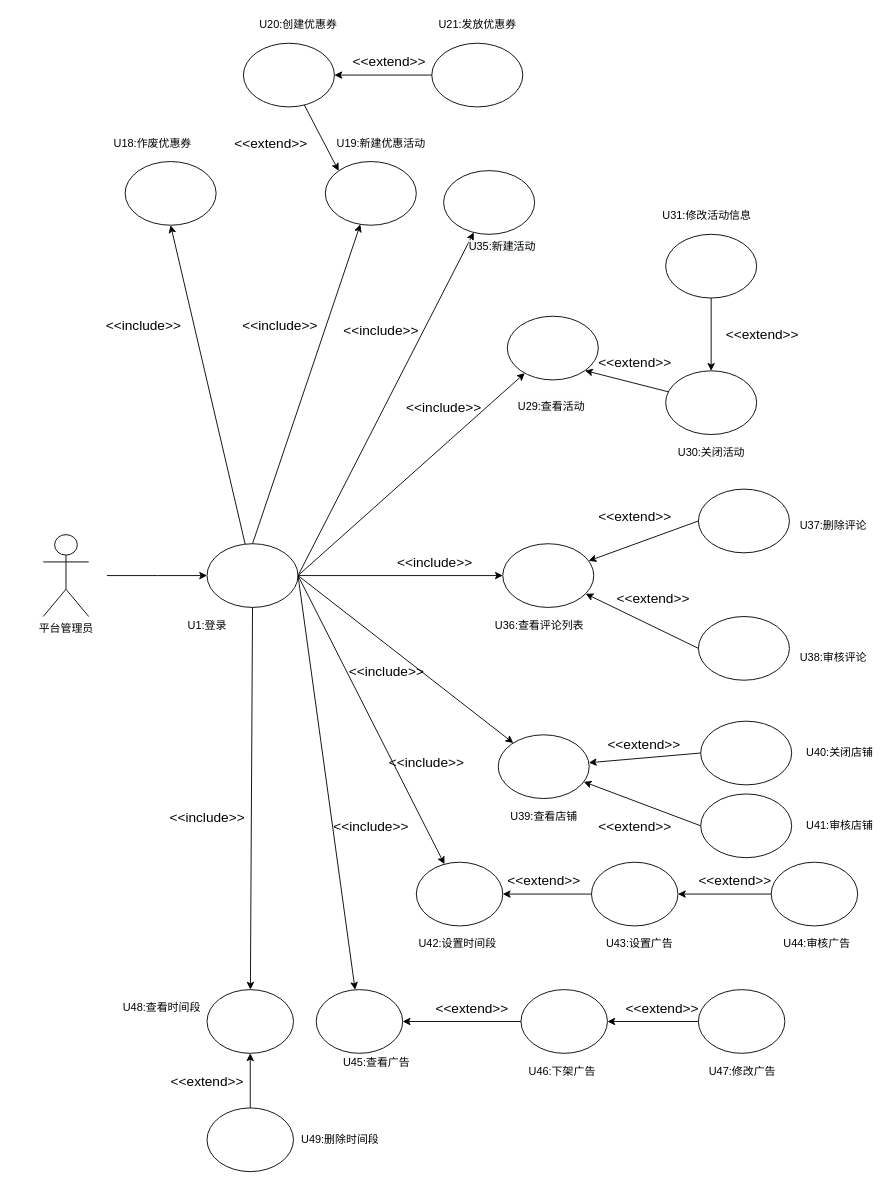
Earlier version of the draw.io diagram 软工导论小组作业/需求建模之用例模型（商品模块-平台管理员）.drawio (app1echip/grams). Source tidied: cells renumbered, new cells numbered last; positions are measured from the earlier drawing's top-left corner, leaving out a move shared by most shapes. Both pictures are drawn from the tidied source at 91%, with x=0, y=0 at pixel (43, 15).
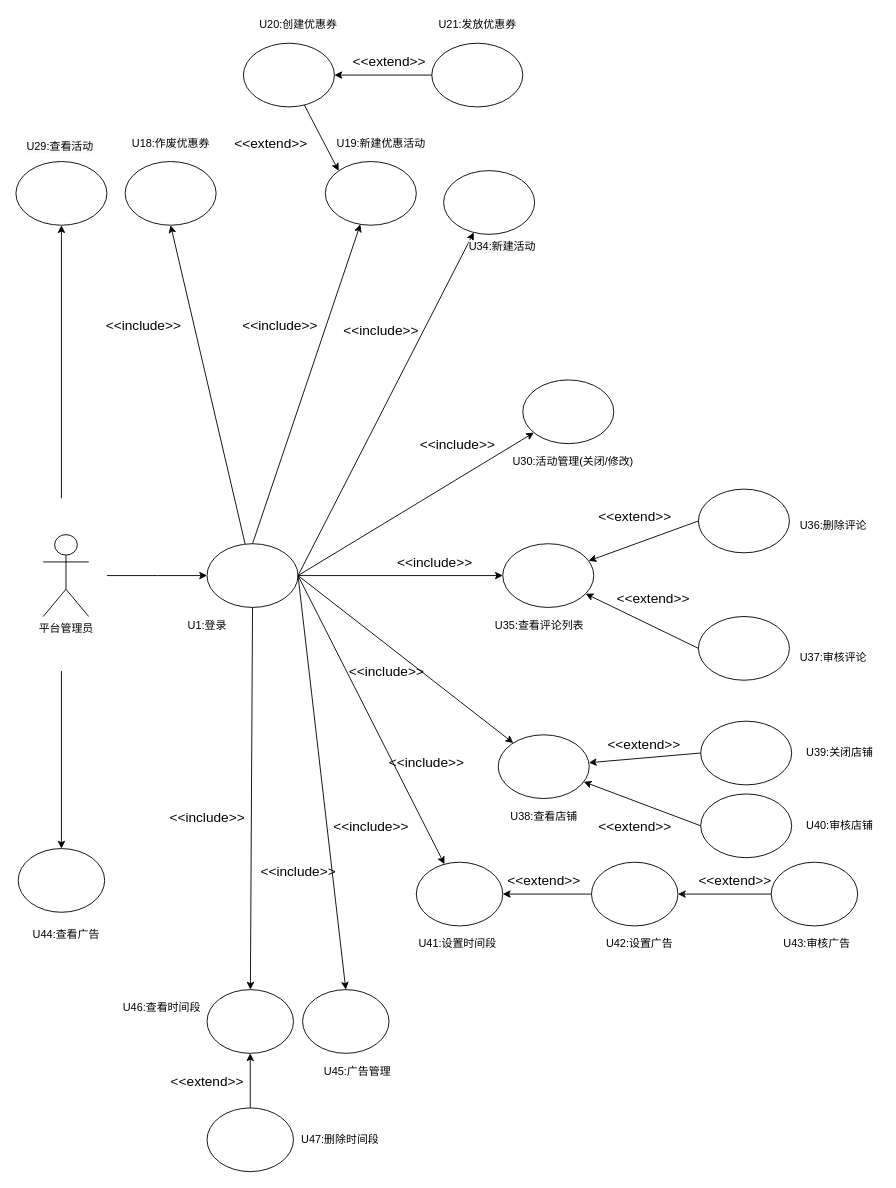
After the change.

Commit message:
Update 需求建模之用例模型（商品模块-平台管理员）.drawio

Unchanged cells that the change refers to:
```xml
<mxCell id="30" style="ellipse;whiteSpace=wrap;html=1;" parent="1" vertex="1">
  <mxGeometry x="180" y="580" width="100" height="70" as="geometry" />
</mxCell>
```

Change to the diagram source:
```diff
@@
-    <mxCell id="9" style="edgeStyle=none;rounded=0;jettySize=auto;html=1;entryX=0.5;entryY=0;entryDx=0;entryDy=0;startArrow=none;startFill=0;endArrow=classic;endFill=1;" parent="1" edge="1" source="10" target="36">
-      <mxGeometry relative="1" as="geometry" />
-    </mxCell>
-    <mxCell id="10" style="ellipse;whiteSpace=wrap;html=1;" parent="1" vertex="1">
-      <mxGeometry x="684" y="240" width="100" height="70" as="geometry" />
-    </mxCell>
@@
-    <mxCell id="18" value="&lt;font style=&quot;font-size: 15px&quot;&gt;&amp;lt;&amp;lt;extend&amp;gt;&amp;gt;&lt;/font&gt;" style="text;html=1;align=center;verticalAlign=middle;" parent="1" vertex="1">
-      <mxGeometry x="600" y="370" width="100" height="20" as="geometry" />
-    </mxCell>
@@
     <mxCell id="20" value="&lt;span&gt;U18:&lt;/span&gt;&lt;span&gt;作废优惠券&lt;/span&gt;" style="text;html=1;align=center;verticalAlign=middle;" parent="1" vertex="1">
-      <mxGeometry x="70" y="130" width="100" height="20" as="geometry" />
+      <mxGeometry x="90" y="130" width="100" height="20" as="geometry" />
     </mxCell>
@@
-    <mxCell id="23" value="&lt;span&gt;U30:&lt;/span&gt;&lt;span&gt;关闭活动&lt;/span&gt;" style="text;html=1;align=center;verticalAlign=middle;" parent="1" vertex="1">
-      <mxGeometry x="689" y="470" width="90" height="20" as="geometry" />
+    <mxCell id="23" value="&lt;span&gt;U30:&lt;/span&gt;&lt;span&gt;活动管理(关闭/修改)&lt;/span&gt;" style="text;html=1;align=center;verticalAlign=middle;" parent="1" vertex="1">
+      <mxGeometry x="507" y="480" width="150" height="20" as="geometry" />
     </mxCell>
-    <mxCell id="24" value="&lt;span&gt;U31:&lt;/span&gt;&lt;span&gt;修改活动信息&lt;/span&gt;" style="text;html=1;align=center;verticalAlign=middle;" parent="1" vertex="1">
-      <mxGeometry x="674" y="210" width="110" height="20" as="geometry" />
-    </mxCell>
-    <mxCell id="25" value="&lt;span&gt;U36:&lt;/span&gt;&lt;span&gt;查看评论列表&lt;/span&gt;" style="text;html=1;align=center;verticalAlign=middle;" parent="1" vertex="1">
+    <mxCell id="25" value="&lt;span&gt;U35:&lt;/span&gt;&lt;span&gt;查看评论列表&lt;/span&gt;" style="text;html=1;align=center;verticalAlign=middle;" parent="1" vertex="1">
       <mxGeometry x="490" y="660" width="110" height="20" as="geometry" />
     </mxCell>
-    <mxCell id="26" value="&lt;span&gt;U37:&lt;/span&gt;&lt;span&gt;删除评论&lt;/span&gt;" style="text;html=1;align=center;verticalAlign=middle;" parent="1" vertex="1">
+    <mxCell id="26" value="&lt;span&gt;U36:&lt;/span&gt;&lt;span&gt;删除评论&lt;/span&gt;" style="text;html=1;align=center;verticalAlign=middle;" parent="1" vertex="1">
       <mxGeometry x="822.5" y="550" width="90" height="20" as="geometry" />
     </mxCell>
-    <mxCell id="27" value="&lt;span&gt;U38:&lt;/span&gt;&lt;span&gt;审核评论&lt;/span&gt;" style="text;html=1;align=center;verticalAlign=middle;" parent="1" vertex="1">
+    <mxCell id="27" value="&lt;span&gt;U37:&lt;/span&gt;&lt;span&gt;审核评论&lt;/span&gt;" style="text;html=1;align=center;verticalAlign=middle;" parent="1" vertex="1">
       <mxGeometry x="822.5" y="695" width="90" height="20" as="geometry" />
     </mxCell>
@@
-    <mxCell id="34" value="&lt;span style=&quot;color: rgb(0 , 0 , 0) ; font-family: &amp;#34;helvetica&amp;#34; ; font-size: 12px ; font-style: normal ; font-weight: 400 ; letter-spacing: normal ; text-align: center ; text-indent: 0px ; text-transform: none ; word-spacing: 0px ; background-color: rgb(248 , 249 , 250)&quot;&gt;U35:&lt;/span&gt;&lt;span style=&quot;color: rgb(0 , 0 , 0) ; font-family: &amp;#34;helvetica&amp;#34; ; font-size: 12px ; font-style: normal ; font-weight: 400 ; letter-spacing: normal ; text-align: center ; text-indent: 0px ; text-transform: none ; word-spacing: 0px ; background-color: rgb(248 , 249 , 250)&quot;&gt;新建活动&lt;/span&gt;" style="text;whiteSpace=wrap;html=1;" parent="1" vertex="1">
+    <mxCell id="34" value="&lt;span style=&quot;color: rgb(0 , 0 , 0) ; font-family: &amp;#34;helvetica&amp;#34; ; font-size: 12px ; font-style: normal ; font-weight: 400 ; letter-spacing: normal ; text-align: center ; text-indent: 0px ; text-transform: none ; word-spacing: 0px ; background-color: rgb(248 , 249 , 250)&quot;&gt;U34:&lt;/span&gt;&lt;span style=&quot;color: rgb(0 , 0 , 0) ; font-family: &amp;#34;helvetica&amp;#34; ; font-size: 12px ; font-style: normal ; font-weight: 400 ; letter-spacing: normal ; text-align: center ; text-indent: 0px ; text-transform: none ; word-spacing: 0px ; background-color: rgb(248 , 249 , 250)&quot;&gt;新建活动&lt;/span&gt;" style="text;whiteSpace=wrap;html=1;" parent="1" vertex="1">
       <mxGeometry x="466" y="240" width="104" height="30" as="geometry" />
     </mxCell>
-    <mxCell id="35" style="edgeStyle=none;rounded=0;jettySize=auto;html=1;entryX=1;entryY=1;entryDx=0;entryDy=0;startArrow=none;startFill=0;endArrow=classic;endFill=1;" parent="1" edge="1" source="36" target="40">
-      <mxGeometry relative="1" as="geometry" />
-    </mxCell>
+    <mxCell id="94" style="rounded=0;jettySize=auto;html=1;entryX=1;entryY=0.5;entryDx=0;entryDy=0;startArrow=classic;startFill=1;endArrow=none;endFill=0;" parent="1" edge="1" source="36" target="30">
+      <mxGeometry relative="1" as="geometry" />
+    </mxCell>
     <mxCell id="36" style="ellipse;whiteSpace=wrap;html=1;" parent="1" vertex="1">
-      <mxGeometry x="684" y="390" width="100" height="70" as="geometry" />
+      <mxGeometry x="527" y="400" width="100" height="70" as="geometry" />
     </mxCell>
     <mxCell id="37" value="&lt;span style=&quot;color: rgb(0 , 0 , 0) ; font-family: &amp;#34;helvetica&amp;#34; ; font-size: 12px ; font-style: normal ; font-weight: 400 ; letter-spacing: normal ; text-align: center ; text-indent: 0px ; text-transform: none ; word-spacing: 0px ; background-color: rgb(248 , 249 , 250)&quot;&gt;U29:查看&lt;/span&gt;&lt;span style=&quot;color: rgb(0 , 0 , 0) ; font-family: &amp;#34;helvetica&amp;#34; ; font-size: 12px ; font-style: normal ; font-weight: 400 ; letter-spacing: normal ; text-align: center ; text-indent: 0px ; text-transform: none ; word-spacing: 0px ; background-color: rgb(248 , 249 , 250)&quot;&gt;活动&lt;/span&gt;" style="text;whiteSpace=wrap;html=1;" parent="1" vertex="1">
-      <mxGeometry x="520" y="415" width="110" height="30" as="geometry" />
+      <mxGeometry x="-20" y="130" width="110" height="30" as="geometry" />
     </mxCell>
@@
-    <mxCell id="39" style="edgeStyle=none;rounded=0;jettySize=auto;html=1;entryX=1;entryY=0.5;entryDx=0;entryDy=0;startArrow=classic;startFill=1;endArrow=none;endFill=0;" parent="1" edge="1" source="40" target="30">
-      <mxGeometry relative="1" as="geometry" />
+    <mxCell id="39" style="edgeStyle=none;rounded=0;jettySize=auto;html=1;startArrow=classic;startFill=1;endArrow=none;endFill=0;" parent="1" edge="1" source="40">
+      <mxGeometry relative="1" as="geometry">
+        <mxPoint x="20" y="530" as="targetPoint" />
+      </mxGeometry>
     </mxCell>
     <mxCell id="40" style="ellipse;whiteSpace=wrap;html=1;" parent="1" vertex="1">
-      <mxGeometry x="510" y="330" width="100" height="70" as="geometry" />
+      <mxGeometry x="-30" y="160" width="100" height="70" as="geometry" />
     </mxCell>
@@
-    <mxCell id="43" value="&lt;font style=&quot;font-size: 15px&quot;&gt;&amp;lt;&amp;lt;include&amp;gt;&amp;gt;&lt;/font&gt;" style="text;html=1;align=center;verticalAlign=middle;" parent="1" vertex="1">
-      <mxGeometry x="390" y="420" width="100" height="20" as="geometry" />
-    </mxCell>
-    <mxCell id="44" value="&lt;font style=&quot;font-size: 15px&quot;&gt;&amp;lt;&amp;lt;extend&amp;gt;&amp;gt;&lt;/font&gt;" style="text;html=1;align=center;verticalAlign=middle;" parent="1" vertex="1">
-      <mxGeometry x="740" y="340" width="100" height="20" as="geometry" />
-    </mxCell>
@@
-    <mxCell id="55" value="&lt;span&gt;U39:&lt;/span&gt;&lt;span&gt;查看店铺&lt;/span&gt;" style="text;html=1;align=center;verticalAlign=middle;" parent="1" vertex="1">
+    <mxCell id="55" value="&lt;span&gt;U38:&lt;/span&gt;&lt;span&gt;查看店铺&lt;/span&gt;" style="text;html=1;align=center;verticalAlign=middle;" parent="1" vertex="1">
       <mxGeometry x="505" y="870" width="90" height="20" as="geometry" />
     </mxCell>
@@
-    <mxCell id="58" value="&lt;span&gt;U40:&lt;/span&gt;&lt;span&gt;关闭店铺&lt;/span&gt;" style="text;html=1;align=center;verticalAlign=middle;" parent="1" vertex="1">
+    <mxCell id="58" value="&lt;span&gt;U39:&lt;/span&gt;&lt;span&gt;关闭店铺&lt;/span&gt;" style="text;html=1;align=center;verticalAlign=middle;" parent="1" vertex="1">
       <mxGeometry x="830" y="800" width="90" height="20" as="geometry" />
     </mxCell>
@@
-    <mxCell id="62" value="&lt;span&gt;U42:&lt;/span&gt;&lt;span&gt;设置时间段&lt;/span&gt;" style="text;html=1;align=center;verticalAlign=middle;" parent="1" vertex="1">
+    <mxCell id="62" value="&lt;span&gt;U41:&lt;/span&gt;&lt;span&gt;设置时间段&lt;/span&gt;" style="text;html=1;align=center;verticalAlign=middle;" parent="1" vertex="1">
       <mxGeometry x="405" y="1010" width="100" height="20" as="geometry" />
     </mxCell>
@@
-    <mxCell id="65" value="&lt;span&gt;U43:&lt;/span&gt;&lt;span&gt;设置广告&lt;/span&gt;" style="text;html=1;align=center;verticalAlign=middle;" parent="1" vertex="1">
+    <mxCell id="65" value="&lt;span&gt;U42:&lt;/span&gt;&lt;span&gt;设置广告&lt;/span&gt;" style="text;html=1;align=center;verticalAlign=middle;" parent="1" vertex="1">
       <mxGeometry x="610" y="1010" width="90" height="20" as="geometry" />
     </mxCell>
@@
-    <mxCell id="69" value="&lt;span&gt;U44:审核&lt;/span&gt;&lt;span&gt;广告&lt;/span&gt;" style="text;html=1;align=center;verticalAlign=middle;" parent="1" vertex="1">
+    <mxCell id="69" value="&lt;span&gt;U43:审核&lt;/span&gt;&lt;span&gt;广告&lt;/span&gt;" style="text;html=1;align=center;verticalAlign=middle;" parent="1" vertex="1">
       <mxGeometry x="805" y="1010" width="90" height="20" as="geometry" />
     </mxCell>
-    <mxCell id="70" style="edgeStyle=none;rounded=0;jettySize=auto;html=1;entryX=1;entryY=0.5;entryDx=0;entryDy=0;startArrow=classic;startFill=1;endArrow=none;endFill=0;" parent="1" edge="1" source="72" target="30">
-      <mxGeometry relative="1" as="geometry" />
+    <mxCell id="70" style="edgeStyle=none;rounded=0;jettySize=auto;html=1;startArrow=classic;startFill=1;endArrow=none;endFill=0;" parent="1" edge="1" source="72">
+      <mxGeometry relative="1" as="geometry">
+        <mxPoint x="20" y="720" as="targetPoint" />
+      </mxGeometry>
     </mxCell>
-    <mxCell id="71" style="edgeStyle=none;rounded=0;jettySize=auto;html=1;startArrow=classic;startFill=1;endArrow=none;endFill=0;entryX=0;entryY=0.5;entryDx=0;entryDy=0;" parent="1" edge="1" source="72" target="76">
+    <mxCell id="71" style="edgeStyle=none;rounded=0;jettySize=auto;html=1;startArrow=none;startFill=0;endArrow=classic;endFill=1;entryX=0.5;entryY=0;entryDx=0;entryDy=0;exitX=1;exitY=0.5;exitDx=0;exitDy=0;" parent="1" edge="1" source="30" target="76">
       <mxGeometry relative="1" as="geometry" />
     </mxCell>
     <mxCell id="72" style="ellipse;whiteSpace=wrap;html=1;" parent="1" vertex="1">
-      <mxGeometry x="300" y="1070" width="95" height="70" as="geometry" />
+      <mxGeometry x="-27.5" y="915" width="95" height="70" as="geometry" />
     </mxCell>
@@
-    <mxCell id="74" value="&lt;span&gt;U45:查看广告&lt;/span&gt;" style="text;html=1;align=center;verticalAlign=middle;" parent="1" vertex="1">
-      <mxGeometry x="321" y="1140" width="90" height="20" as="geometry" />
+    <mxCell id="74" value="&lt;span&gt;U44:查看广告&lt;/span&gt;" style="text;html=1;align=center;verticalAlign=middle;" parent="1" vertex="1">
+      <mxGeometry x="-20" y="1000" width="90" height="20" as="geometry" />
     </mxCell>
-    <mxCell id="75" style="edgeStyle=none;rounded=0;jettySize=auto;html=1;entryX=0;entryY=0.5;entryDx=0;entryDy=0;startArrow=classic;startFill=1;endArrow=none;endFill=0;" parent="1" edge="1" source="76" target="78">
-      <mxGeometry relative="1" as="geometry" />
-    </mxCell>
     <mxCell id="76" style="ellipse;whiteSpace=wrap;html=1;" parent="1" vertex="1">
-      <mxGeometry x="525" y="1070" width="95" height="70" as="geometry" />
+      <mxGeometry x="285" y="1070" width="95" height="70" as="geometry" />
     </mxCell>
-    <mxCell id="77" value="&lt;span&gt;U46:下架广告&lt;/span&gt;" style="text;html=1;align=center;verticalAlign=middle;" parent="1" vertex="1">
-      <mxGeometry x="525" y="1150" width="90" height="20" as="geometry" />
+    <mxCell id="77" value="&lt;span&gt;U45:广告管理&lt;/span&gt;" style="text;html=1;align=center;verticalAlign=middle;" parent="1" vertex="1">
+      <mxGeometry x="300" y="1150" width="90" height="20" as="geometry" />
     </mxCell>
-    <mxCell id="78" style="ellipse;whiteSpace=wrap;html=1;" parent="1" vertex="1">
-      <mxGeometry x="720" y="1070" width="95" height="70" as="geometry" />
-    </mxCell>
-    <mxCell id="79" value="&lt;span&gt;U47:修改广告&lt;/span&gt;" style="text;html=1;align=center;verticalAlign=middle;" parent="1" vertex="1">
-      <mxGeometry x="722.5" y="1150" width="90" height="20" as="geometry" />
-    </mxCell>
@@
-    <mxCell id="84" value="&lt;span&gt;U48:查看时间段&lt;/span&gt;" style="text;html=1;align=center;verticalAlign=middle;" parent="1" vertex="1">
+    <mxCell id="84" value="&lt;span&gt;U46:查看时间段&lt;/span&gt;" style="text;html=1;align=center;verticalAlign=middle;" parent="1" vertex="1">
       <mxGeometry x="80" y="1080" width="100" height="20" as="geometry" />
     </mxCell>
@@
-    <mxCell id="89" value="&lt;span&gt;U41:审核&lt;/span&gt;&lt;span&gt;店铺&lt;/span&gt;" style="text;html=1;align=center;verticalAlign=middle;" parent="1" vertex="1">
+    <mxCell id="89" value="&lt;span&gt;U40:审核&lt;/span&gt;&lt;span&gt;店铺&lt;/span&gt;" style="text;html=1;align=center;verticalAlign=middle;" parent="1" vertex="1">
       <mxGeometry x="830" y="880" width="90" height="20" as="geometry" />
     </mxCell>
-    <mxCell id="90" value="&lt;font style=&quot;font-size: 15px&quot;&gt;&amp;lt;&amp;lt;extend&amp;gt;&amp;gt;&lt;/font&gt;" style="text;html=1;align=center;verticalAlign=middle;" parent="1" vertex="1">
-      <mxGeometry x="630" y="1080" width="100" height="20" as="geometry" />
-    </mxCell>
-    <mxCell id="91" value="&lt;font style=&quot;font-size: 15px&quot;&gt;&amp;lt;&amp;lt;extend&amp;gt;&amp;gt;&lt;/font&gt;" style="text;html=1;align=center;verticalAlign=middle;" parent="1" vertex="1">
-      <mxGeometry x="421" y="1080" width="100" height="20" as="geometry" />
-    </mxCell>
@@
-    <mxCell id="93" value="&lt;span&gt;U49:删除时间段&lt;/span&gt;" style="text;html=1;align=center;verticalAlign=middle;" parent="1" vertex="1">
+    <mxCell id="93" value="&lt;span&gt;U47:删除时间段&lt;/span&gt;" style="text;html=1;align=center;verticalAlign=middle;" parent="1" vertex="1">
       <mxGeometry x="276" y="1225" width="100" height="20" as="geometry" />
     </mxCell>
+    <mxCell id="95" value="&lt;font style=&quot;font-size: 15px&quot;&gt;&amp;lt;&amp;lt;include&amp;gt;&amp;gt;&lt;/font&gt;" style="text;html=1;align=center;verticalAlign=middle;" parent="1" vertex="1">
+      <mxGeometry x="405" y="460" width="100" height="20" as="geometry" />
+    </mxCell>
+    <mxCell id="96" value="&lt;font style=&quot;font-size: 15px&quot;&gt;&amp;lt;&amp;lt;include&amp;gt;&amp;gt;&lt;/font&gt;" style="text;html=1;align=center;verticalAlign=middle;" parent="1" vertex="1">
+      <mxGeometry x="230" y="930" width="100" height="20" as="geometry" />
+    </mxCell>
```
